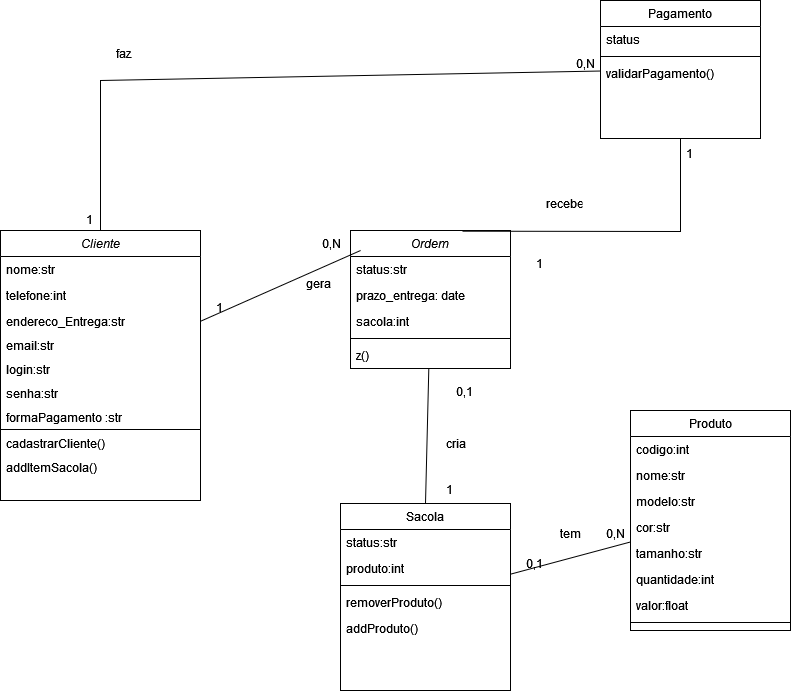
Earlier version of the draw.io export e-commerceB.drawio.png (Tpirate90/TP90). Source tidied: cells renumbered, new cells last; positions are measured from the earlier drawing's top-left corner, leaving out a move shared by most shapes.
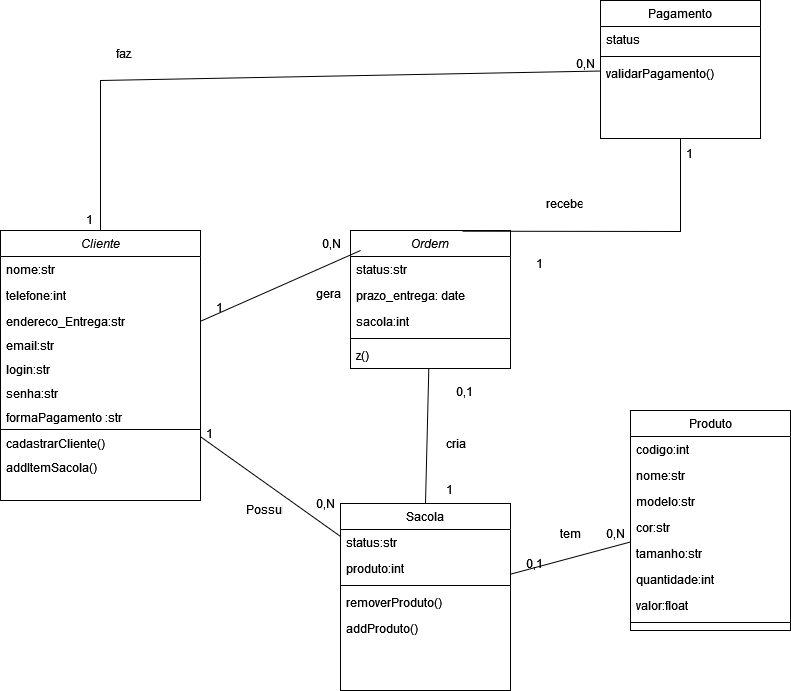
Later version of the same file.

The edit, as a diff of the source:
```diff
@@ -110,8 +110,8 @@
     <mxCell id="37" value="z()" style="text;align=left;verticalAlign=top;spacingLeft=4;spacingRight=4;overflow=hidden;" parent="32" vertex="1">
       <mxGeometry y="112" width="160" height="26" as="geometry" />
     </mxCell>
-    <mxCell id="38" value="gera" style="text;align=left;verticalAlign=top;spacingLeft=4;spacingRight=4;overflow=hidden;rounded=0;shadow=0;html=0;" parent="1" vertex="1">
-      <mxGeometry x="300" y="270" width="46" height="24" as="geometry" />
+    <mxCell id="38" value="Possui" style="text;align=left;verticalAlign=top;spacingLeft=4;spacingRight=4;overflow=hidden;rounded=0;shadow=0;html=0;" parent="1" vertex="1">
+      <mxGeometry x="240" y="496" width="46" height="24" as="geometry" />
     </mxCell>
     <mxCell id="39" style="endArrow=none;html=1;rounded=0;exitX=0.5;exitY=0;exitDx=0;exitDy=0;" parent="1" edge="1" source="13" target="32">
       <mxGeometry relative="1" as="geometry" />
@@ -178,5 +178,17 @@
     <mxCell id="57" value="0,N" style="text;align=left;verticalAlign=top;spacingLeft=4;spacingRight=4;overflow=hidden;rounded=0;shadow=0;html=0;" parent="1" vertex="1">
       <mxGeometry x="570" y="50" width="30" height="24" as="geometry" />
     </mxCell>
+    <mxCell id="58" style="endArrow=none;html=1;rounded=0;" parent="1" edge="1" source="2" target="13">
+      <mxGeometry relative="1" as="geometry" />
+    </mxCell>
+    <mxCell id="59" value="gera" style="text;align=left;verticalAlign=top;spacingLeft=4;spacingRight=4;overflow=hidden;rounded=0;shadow=0;html=0;" parent="1" vertex="1">
+      <mxGeometry x="310" y="280" width="46" height="24" as="geometry" />
+    </mxCell>
+    <mxCell id="60" value="0,N" style="text;align=left;verticalAlign=top;spacingLeft=4;spacingRight=4;overflow=hidden;rounded=0;shadow=0;html=0;" parent="1" vertex="1">
+      <mxGeometry x="310" y="490" width="30" height="24" as="geometry" />
+    </mxCell>
+    <mxCell id="61" value="1" style="text;align=left;verticalAlign=top;spacingLeft=4;spacingRight=4;overflow=hidden;rounded=0;shadow=0;html=0;" parent="1" vertex="1">
+      <mxGeometry x="200" y="420" width="20" height="24" as="geometry" />
+    </mxCell>
   </root>
 </mxGraphModel>
```
